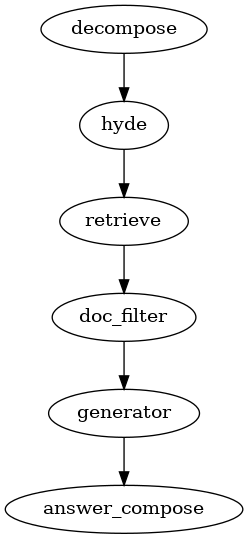
The Graphviz diagram rag_workflow/Digraph.gv.png in jiange91/lm_compiler, before a commit. Its source is kept beside it as rag_workflow/Digraph.gv.
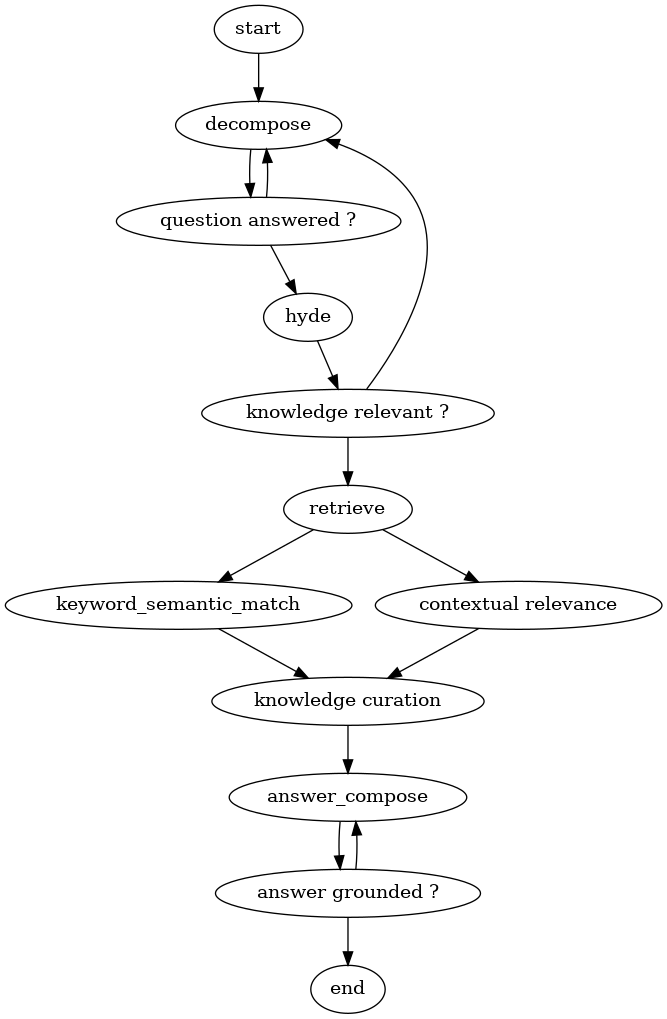
The same diagram one commit later.

Diff of the diagram source:
```diff
@@ -1,13 +1,28 @@
 digraph {
+	start
 	decompose
 	hyde
 	retrieve
-	doc_filter
-	generator
+	keyword_semantic_match
+	"contextual relevance"
+	"knowledge curation"
 	answer_compose
-	decompose -> hyde
-	hyde -> retrieve
-	retrieve -> doc_filter
-	doc_filter -> generator
-	generator -> answer_compose
+	"knowledge relevant ?"
+	"question answered ?"
+	end
+	start -> decompose
+	hyde -> "knowledge relevant ?"
+	"question answered ?" -> hyde
+	retrieve -> keyword_semantic_match
+	retrieve -> "contextual relevance"
+	keyword_semantic_match -> "knowledge curation"
+	"contextual relevance" -> "knowledge curation"
+	"knowledge curation" -> answer_compose
+	"knowledge relevant ?" -> retrieve
+	answer_compose -> "answer grounded ?"
+	"knowledge relevant ?" -> decompose
+	"answer grounded ?" -> answer_compose
+	"answer grounded ?" -> end
+	decompose -> "question answered ?"
+	"question answered ?" -> decompose
 }
```
